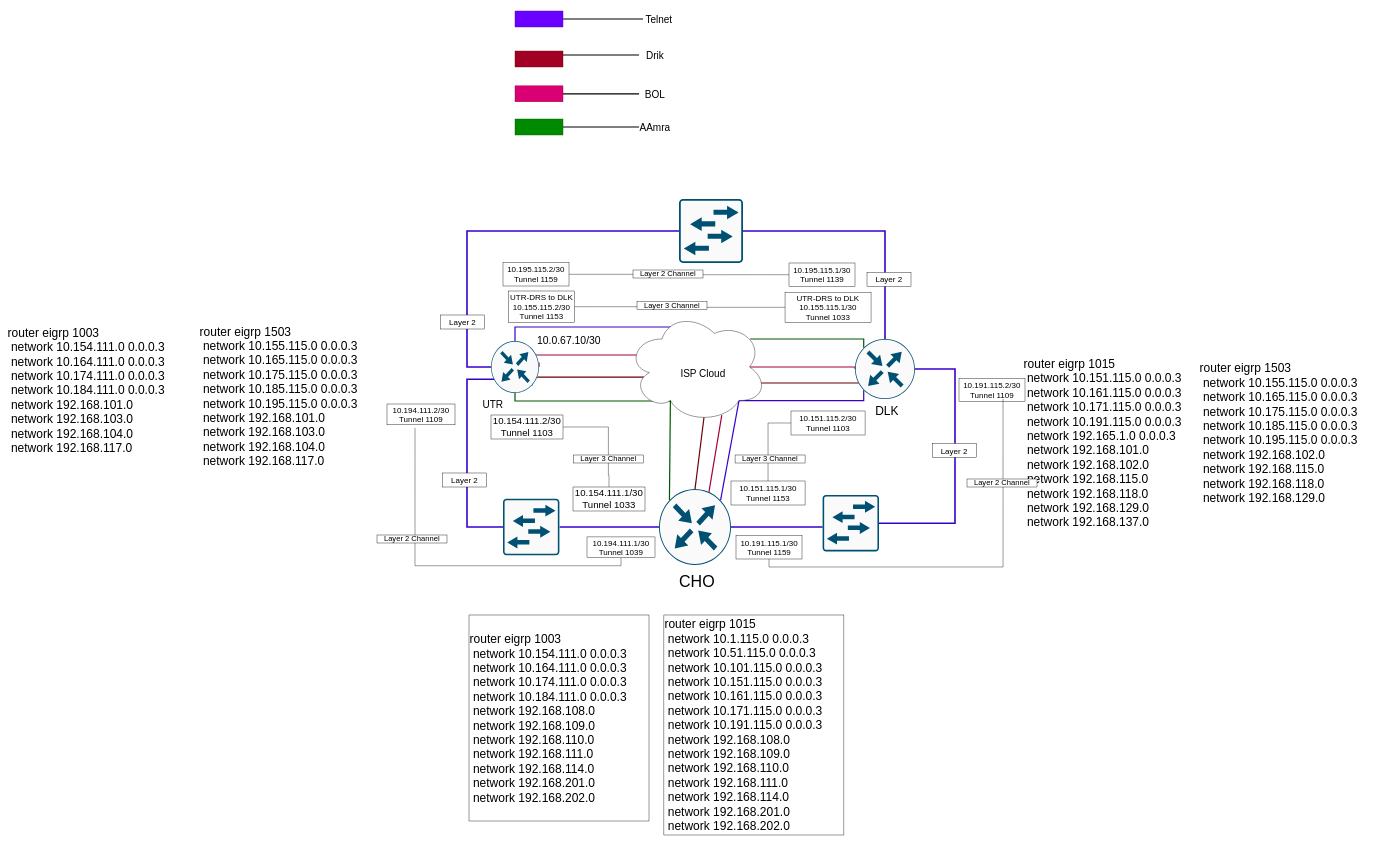
Earlier version of the draw.io diagram Topology.drawio (touhidece/prtg-addons). Source tidied: cells renumbered, new cells numbered last; positions are measured from the earlier drawing's top-left corner, leaving out a move shared by most shapes. Both pictures are drawn from the tidied source at 40%, with x=0, y=0 at pixel (7, 7).
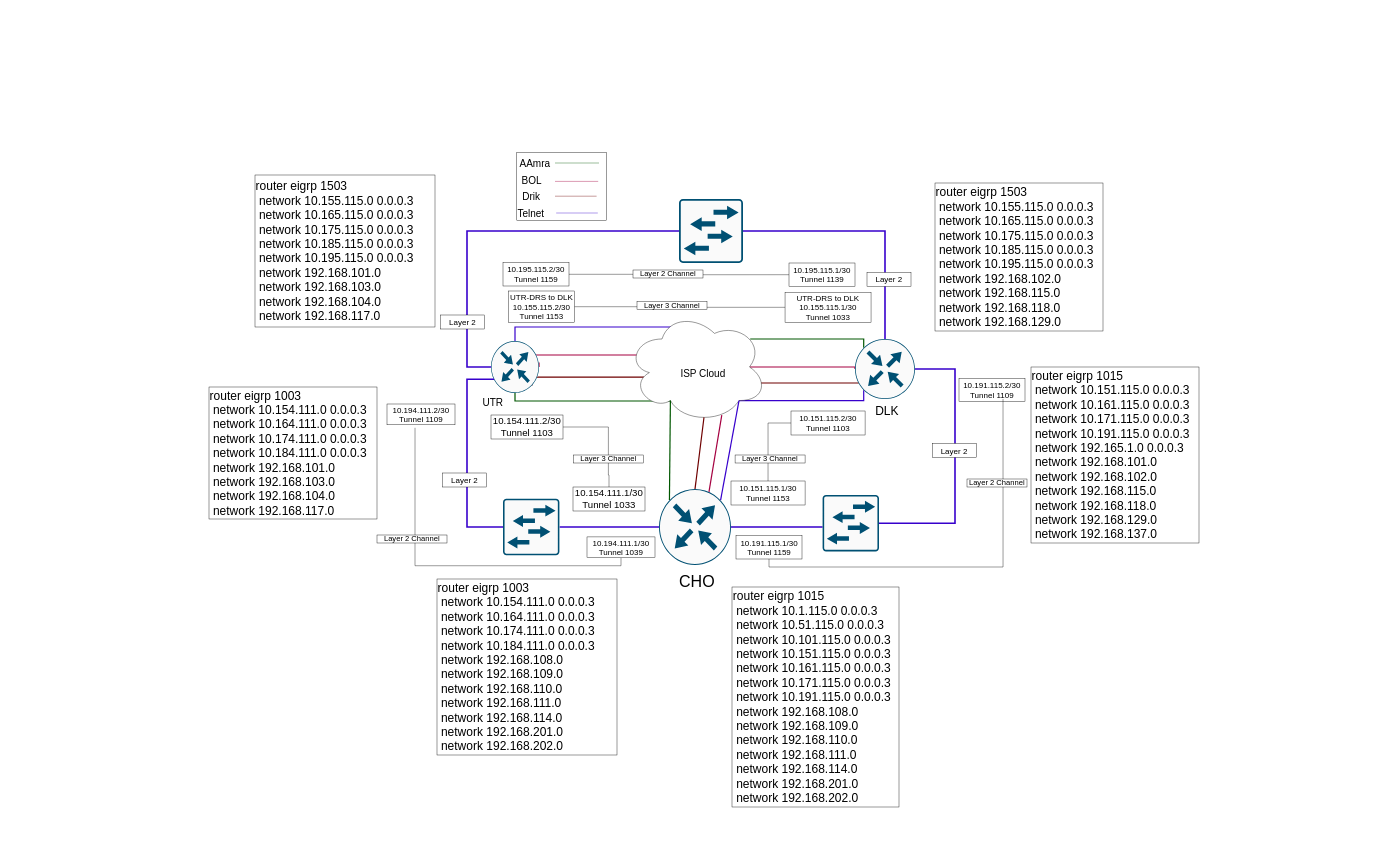
Above is the later version.

Diff of the diagram source:
```diff
@@
+    <mxCell id="79" style="rounded=0;whiteSpace=wrap;html=1;strokeColor=#000000;fillColor=#ffffff;fontSize=19;" parent="1" vertex="1">
+      <mxGeometry x="1274.5" y="364" width="223.5" height="170" as="geometry" />
+    </mxCell>
@@
     <mxCell id="30" value="&lt;font style=&quot;font-size: 25px&quot;&gt;UTR&lt;/font&gt;" style="text;html=1;strokeColor=none;fillColor=none;align=center;verticalAlign=middle;whiteSpace=wrap;rounded=0;" parent="1" vertex="1">
-      <mxGeometry x="1174.5" y="980" width="79.5" height="25" as="geometry" />
+      <mxGeometry x="1174.5" y="976" width="79.5" height="25" as="geometry" />
     </mxCell>
-    <mxCell id="31" style="edgeStyle=orthogonalEdgeStyle;rounded=0;jettySize=auto;html=1;exitX=1;exitY=0.5;exitDx=0;exitDy=0;entryX=0;entryY=0.5;entryDx=0;entryDy=0;endArrow=none;endFill=0;strokeWidth=3;" parent="1" edge="1" source="32" target="36">
-      <mxGeometry relative="1" as="geometry" />
-    </mxCell>
-    <mxCell id="32" style="rounded=0;whiteSpace=wrap;html=1;fillColor=#6a00ff;strokeColor=#3700CC;fontColor=#ffffff;" parent="1" vertex="1">
-      <mxGeometry x="1270" y="10" width="120" height="40" as="geometry" />
-    </mxCell>
-    <mxCell id="33" style="rounded=0;whiteSpace=wrap;html=1;fillColor=#d80073;strokeColor=#A50040;fontColor=#ffffff;" parent="1" vertex="1">
-      <mxGeometry x="1270" y="197" width="120" height="40" as="geometry" />
-    </mxCell>
-    <mxCell id="34" style="rounded=0;whiteSpace=wrap;html=1;fillColor=#008a00;strokeColor=#005700;fontColor=#ffffff;" parent="1" vertex="1">
-      <mxGeometry x="1270" y="280" width="120" height="40" as="geometry" />
-    </mxCell>
-    <mxCell id="35" style="rounded=0;whiteSpace=wrap;html=1;fillColor=#a20025;strokeColor=#6F0000;fontColor=#ffffff;" parent="1" vertex="1">
-      <mxGeometry x="1270" y="110" width="120" height="40" as="geometry" />
-    </mxCell>
     <mxCell id="36" value="&lt;font style=&quot;font-size: 25px&quot;&gt;Telnet&lt;/font&gt;" style="text;html=1;strokeColor=none;fillColor=none;align=center;verticalAlign=middle;whiteSpace=wrap;rounded=0;" parent="1" vertex="1">
-      <mxGeometry x="1590" width="80" height="60" as="geometry" />
+      <mxGeometry x="1270" y="486" width="80" height="60" as="geometry" />
     </mxCell>
-    <mxCell id="37" style="edgeStyle=orthogonalEdgeStyle;rounded=0;jettySize=auto;html=1;exitX=0;exitY=0.5;exitDx=0;exitDy=0;entryX=1;entryY=0.25;entryDx=0;entryDy=0;endArrow=none;endFill=0;strokeWidth=3;" parent="1" edge="1" source="38" target="35">
-      <mxGeometry relative="1" as="geometry" />
-    </mxCell>
+    <mxCell id="80" style="edgeStyle=orthogonalEdgeStyle;rounded=0;orthogonalLoop=1;jettySize=auto;html=1;endArrow=none;endFill=0;fontSize=19;strokeColor=#6F0000;" parent="1" edge="1">
+      <mxGeometry relative="1" as="geometry">
+        <mxPoint x="1370" y="473" as="sourcePoint" />
+        <mxPoint x="1474" y="473" as="targetPoint" />
+      </mxGeometry>
+    </mxCell>
     <mxCell id="38" value="&lt;font style=&quot;font-size: 25px&quot;&gt;Drik&lt;/font&gt;" style="text;html=1;strokeColor=none;fillColor=none;align=center;verticalAlign=middle;whiteSpace=wrap;rounded=0;" parent="1" vertex="1">
-      <mxGeometry x="1580" y="90" width="80" height="60" as="geometry" />
+      <mxGeometry x="1270.5" y="443" width="80" height="60" as="geometry" />
     </mxCell>
-    <mxCell id="39" style="edgeStyle=orthogonalEdgeStyle;rounded=0;jettySize=auto;html=1;exitX=0;exitY=0.5;exitDx=0;exitDy=0;entryX=1;entryY=0.5;entryDx=0;entryDy=0;endArrow=none;endFill=0;strokeWidth=3;" parent="1" edge="1" source="40" target="33">
-      <mxGeometry relative="1" as="geometry" />
-    </mxCell>
+    <mxCell id="81" style="edgeStyle=orthogonalEdgeStyle;rounded=0;orthogonalLoop=1;jettySize=auto;html=1;endArrow=none;endFill=0;fontSize=19;strokeColor=#A50040;endSize=6;" parent="1" edge="1">
+      <mxGeometry relative="1" as="geometry">
+        <mxPoint x="1370" y="436" as="sourcePoint" />
+        <mxPoint x="1478" y="436" as="targetPoint" />
+      </mxGeometry>
+    </mxCell>
     <mxCell id="40" value="&lt;font style=&quot;font-size: 25px&quot;&gt;BOL&lt;/font&gt;" style="text;html=1;strokeColor=none;fillColor=none;align=center;verticalAlign=middle;whiteSpace=wrap;rounded=0;" parent="1" vertex="1">
-      <mxGeometry x="1580" y="187" width="80" height="60" as="geometry" />
+      <mxGeometry x="1271.5" y="403" width="80" height="60" as="geometry" />
     </mxCell>
-    <mxCell id="41" style="edgeStyle=orthogonalEdgeStyle;rounded=0;jettySize=auto;html=1;entryX=1;entryY=0.5;entryDx=0;entryDy=0;endArrow=none;endFill=0;strokeWidth=3;" parent="1" edge="1" source="42" target="34">
-      <mxGeometry relative="1" as="geometry" />
-    </mxCell>
+    <mxCell id="82" style="edgeStyle=orthogonalEdgeStyle;rounded=0;jettySize=auto;html=1;endArrow=none;endFill=0;fontSize=19;strokeColor=#005700;endSize=6;" parent="1" edge="1" source="42">
+      <mxGeometry relative="1" as="geometry">
+        <mxPoint x="1480" y="390" as="targetPoint" />
+      </mxGeometry>
+    </mxCell>
     <mxCell id="42" value="&lt;font style=&quot;font-size: 25px&quot;&gt;AAmra&lt;/font&gt;" style="text;html=1;strokeColor=none;fillColor=none;align=center;verticalAlign=middle;whiteSpace=wrap;rounded=0;" parent="1" vertex="1">
-      <mxGeometry x="1580" y="270" width="80" height="60" as="geometry" />
+      <mxGeometry x="1270" y="360" width="100" height="60" as="geometry" />
     </mxCell>
-    <mxCell id="43" value="&lt;span style=&quot;font-size: 26px&quot;&gt;10.0.67.10/30&lt;/span&gt;" style="text;html=1;strokeColor=none;fillColor=none;align=center;verticalAlign=middle;whiteSpace=wrap;rounded=0;" parent="1" vertex="1">
-      <mxGeometry x="1319.5" y="810" width="170" height="50" as="geometry" />
-    </mxCell>
     <mxCell id="44" value="&lt;div style=&quot;font-size: 30px&quot;&gt;&lt;font style=&quot;font-size: 30px&quot;&gt;router eigrp 1003&lt;/font&gt;&lt;/div&gt;&lt;div style=&quot;font-size: 30px&quot;&gt;&lt;font style=&quot;font-size: 30px&quot;&gt;&amp;nbsp;network 10.154.111.0 0.0.0.3&lt;/font&gt;&lt;/div&gt;&lt;div style=&quot;font-size: 30px&quot;&gt;&lt;font style=&quot;font-size: 30px&quot;&gt;&amp;nbsp;network 10.164.111.0 0.0.0.3&lt;/font&gt;&lt;/div&gt;&lt;div style=&quot;font-size: 30px&quot;&gt;&lt;font style=&quot;font-size: 30px&quot;&gt;&amp;nbsp;network 10.174.111.0 0.0.0.3&lt;/font&gt;&lt;/div&gt;&lt;div style=&quot;font-size: 30px&quot;&gt;&lt;font style=&quot;font-size: 30px&quot;&gt;&amp;nbsp;network 10.184.111.0 0.0.0.3&lt;/font&gt;&lt;/div&gt;&lt;div style=&quot;font-size: 30px&quot;&gt;&lt;font style=&quot;font-size: 30px&quot;&gt;&amp;nbsp;network 192.168.108.0&lt;/font&gt;&lt;/div&gt;&lt;div style=&quot;font-size: 30px&quot;&gt;&lt;font style=&quot;font-size: 30px&quot;&gt;&amp;nbsp;network 192.168.109.0&lt;/font&gt;&lt;/div&gt;&lt;div style=&quot;font-size: 30px&quot;&gt;&lt;font style=&quot;font-size: 30px&quot;&gt;&amp;nbsp;network 192.168.110.0&lt;/font&gt;&lt;/div&gt;&lt;div style=&quot;font-size: 30px&quot;&gt;&lt;font style=&quot;font-size: 30px&quot;&gt;&amp;nbsp;network 192.168.111.0&lt;/font&gt;&lt;/div&gt;&lt;div style=&quot;font-size: 30px&quot;&gt;&lt;font style=&quot;font-size: 30px&quot;&gt;&amp;nbsp;network 192.168.114.0&lt;/font&gt;&lt;/div&gt;&lt;div style=&quot;font-size: 30px&quot;&gt;&lt;font style=&quot;font-size: 30px&quot;&gt;&amp;nbsp;network 192.168.201.0&lt;/font&gt;&lt;/div&gt;&lt;div style=&quot;font-size: 30px&quot;&gt;&lt;font style=&quot;font-size: 30px&quot;&gt;&amp;nbsp;network 192.168.202.0&lt;/font&gt;&lt;/div&gt;" style="text;html=1;fillColor=none;align=left;verticalAlign=middle;whiteSpace=wrap;rounded=0;strokeColor=#000000;" parent="1" vertex="1">
-      <mxGeometry x="1155" y="1520" width="450" height="515" as="geometry" />
+      <mxGeometry x="1075" y="1430" width="450" height="440" as="geometry" />
     </mxCell>
@@
     <mxCell id="61" value="&lt;div style=&quot;font-size: 30px&quot;&gt;&lt;div&gt;router eigrp 1015&lt;/div&gt;&lt;div&gt;&amp;nbsp;network 10.1.115.0 0.0.0.3&lt;/div&gt;&lt;div&gt;&amp;nbsp;network 10.51.115.0 0.0.0.3&lt;/div&gt;&lt;div&gt;&amp;nbsp;network 10.101.115.0 0.0.0.3&lt;/div&gt;&lt;div&gt;&amp;nbsp;network 10.151.115.0 0.0.0.3&lt;/div&gt;&lt;div&gt;&amp;nbsp;network 10.161.115.0 0.0.0.3&lt;/div&gt;&lt;div&gt;&amp;nbsp;network 10.171.115.0 0.0.0.3&lt;/div&gt;&lt;div&gt;&amp;nbsp;network 10.191.115.0 0.0.0.3&lt;/div&gt;&lt;div&gt;&amp;nbsp;network 192.168.108.0&lt;/div&gt;&lt;div&gt;&amp;nbsp;network 192.168.109.0&lt;/div&gt;&lt;div&gt;&amp;nbsp;network 192.168.110.0&lt;/div&gt;&lt;div&gt;&amp;nbsp;network 192.168.111.0&lt;/div&gt;&lt;div&gt;&amp;nbsp;network 192.168.114.0&lt;/div&gt;&lt;div&gt;&amp;nbsp;network 192.168.201.0&lt;/div&gt;&lt;div&gt;&amp;nbsp;network 192.168.202.0&lt;/div&gt;&lt;/div&gt;" style="text;html=1;fillColor=none;align=left;verticalAlign=middle;whiteSpace=wrap;rounded=0;strokeColor=#000000;" parent="1" vertex="1">
-      <mxGeometry x="1642.2" y="1520" width="450" height="550" as="geometry" />
+      <mxGeometry x="1812.5" y="1450" width="417.5" height="550" as="geometry" />
     </mxCell>
-    <mxCell id="62" value="&lt;div style=&quot;font-size: 30px&quot;&gt;&lt;div&gt;router eigrp 1015&lt;/div&gt;&lt;div&gt;&amp;nbsp;network 10.151.115.0 0.0.0.3&lt;/div&gt;&lt;div&gt;&amp;nbsp;network 10.161.115.0 0.0.0.3&lt;/div&gt;&lt;div&gt;&amp;nbsp;network 10.171.115.0 0.0.0.3&lt;/div&gt;&lt;div&gt;&amp;nbsp;network 10.191.115.0 0.0.0.3&lt;/div&gt;&lt;div&gt;&amp;nbsp;network 192.165.1.0 0.0.0.3&lt;/div&gt;&lt;div&gt;&amp;nbsp;network 192.168.101.0&lt;/div&gt;&lt;div&gt;&amp;nbsp;network 192.168.102.0&lt;/div&gt;&lt;div&gt;&amp;nbsp;network 192.168.115.0&lt;/div&gt;&lt;div&gt;&amp;nbsp;network 192.168.118.0&lt;/div&gt;&lt;div&gt;&amp;nbsp;network 192.168.129.0&lt;/div&gt;&lt;div&gt;&amp;nbsp;network 192.168.137.0&lt;/div&gt;&lt;/div&gt;" style="text;html=1;strokeColor=none;fillColor=none;align=left;verticalAlign=middle;whiteSpace=wrap;rounded=0;" parent="1" vertex="1">
-      <mxGeometry x="2540" y="850" width="450" height="480" as="geometry" />
+    <mxCell id="62" value="&lt;div style=&quot;font-size: 30px&quot;&gt;&lt;div&gt;router eigrp 1015&lt;/div&gt;&lt;div&gt;&amp;nbsp;network 10.151.115.0 0.0.0.3&lt;/div&gt;&lt;div&gt;&amp;nbsp;network 10.161.115.0 0.0.0.3&lt;/div&gt;&lt;div&gt;&amp;nbsp;network 10.171.115.0 0.0.0.3&lt;/div&gt;&lt;div&gt;&amp;nbsp;network 10.191.115.0 0.0.0.3&lt;/div&gt;&lt;div&gt;&amp;nbsp;network 192.165.1.0 0.0.0.3&lt;/div&gt;&lt;div&gt;&amp;nbsp;network 192.168.101.0&lt;/div&gt;&lt;div&gt;&amp;nbsp;network 192.168.102.0&lt;/div&gt;&lt;div&gt;&amp;nbsp;network 192.168.115.0&lt;/div&gt;&lt;div&gt;&amp;nbsp;network 192.168.118.0&lt;/div&gt;&lt;div&gt;&amp;nbsp;network 192.168.129.0&lt;/div&gt;&lt;div&gt;&amp;nbsp;network 192.168.137.0&lt;/div&gt;&lt;/div&gt;" style="text;html=1;fillColor=none;align=left;verticalAlign=middle;whiteSpace=wrap;rounded=0;strokeColor=#000000;" parent="1" vertex="1">
+      <mxGeometry x="2560" y="900" width="420" height="440" as="geometry" />
     </mxCell>
-    <mxCell id="63" value="&lt;div style=&quot;font-size: 30px&quot;&gt;&lt;div&gt;router eigrp 1503&lt;/div&gt;&lt;div&gt;&amp;nbsp;network 10.155.115.0 0.0.0.3&lt;/div&gt;&lt;div&gt;&amp;nbsp;network 10.165.115.0 0.0.0.3&lt;/div&gt;&lt;div&gt;&amp;nbsp;network 10.175.115.0 0.0.0.3&lt;/div&gt;&lt;div&gt;&amp;nbsp;network 10.185.115.0 0.0.0.3&lt;/div&gt;&lt;div&gt;&amp;nbsp;network 10.195.115.0 0.0.0.3&lt;/div&gt;&lt;div&gt;&amp;nbsp;network 192.168.102.0&lt;/div&gt;&lt;div&gt;&amp;nbsp;network 192.168.115.0&lt;/div&gt;&lt;div&gt;&amp;nbsp;network 192.168.118.0&lt;/div&gt;&lt;div&gt;&amp;nbsp;network 192.168.129.0&lt;/div&gt;&lt;/div&gt;" style="text;html=1;strokeColor=none;fillColor=none;align=left;verticalAlign=middle;whiteSpace=wrap;rounded=0;" parent="1" vertex="1">
-      <mxGeometry x="2980" y="860" width="450" height="410" as="geometry" />
+    <mxCell id="63" value="&lt;div style=&quot;font-size: 30px&quot;&gt;&lt;div&gt;router eigrp 1503&lt;/div&gt;&lt;div&gt;&amp;nbsp;network 10.155.115.0 0.0.0.3&lt;/div&gt;&lt;div&gt;&amp;nbsp;network 10.165.115.0 0.0.0.3&lt;/div&gt;&lt;div&gt;&amp;nbsp;network 10.175.115.0 0.0.0.3&lt;/div&gt;&lt;div&gt;&amp;nbsp;network 10.185.115.0 0.0.0.3&lt;/div&gt;&lt;div&gt;&amp;nbsp;network 10.195.115.0 0.0.0.3&lt;/div&gt;&lt;div&gt;&amp;nbsp;network 192.168.102.0&lt;/div&gt;&lt;div&gt;&amp;nbsp;network 192.168.115.0&lt;/div&gt;&lt;div&gt;&amp;nbsp;network 192.168.118.0&lt;/div&gt;&lt;div&gt;&amp;nbsp;network 192.168.129.0&lt;/div&gt;&lt;/div&gt;" style="text;html=1;fillColor=none;align=left;verticalAlign=middle;whiteSpace=wrap;rounded=0;strokeColor=#000000;" parent="1" vertex="1">
+      <mxGeometry x="2320" y="440" width="420" height="370" as="geometry" />
     </mxCell>
-    <mxCell id="64" value="&lt;div style=&quot;font-size: 30px&quot;&gt;&lt;div&gt;router eigrp 1503&lt;/div&gt;&lt;div&gt;&amp;nbsp;network 10.155.115.0 0.0.0.3&lt;/div&gt;&lt;div&gt;&amp;nbsp;network 10.165.115.0 0.0.0.3&lt;/div&gt;&lt;div&gt;&amp;nbsp;network 10.175.115.0 0.0.0.3&lt;/div&gt;&lt;div&gt;&amp;nbsp;network 10.185.115.0 0.0.0.3&lt;/div&gt;&lt;div&gt;&amp;nbsp;network 10.195.115.0 0.0.0.3&lt;/div&gt;&lt;div&gt;&amp;nbsp;network 192.168.101.0&lt;/div&gt;&lt;div&gt;&amp;nbsp;network 192.168.103.0&lt;/div&gt;&lt;div&gt;&amp;nbsp;network 192.168.104.0&lt;/div&gt;&lt;div&gt;&amp;nbsp;network 192.168.117.0&lt;/div&gt;&lt;/div&gt;" style="text;html=1;strokeColor=none;fillColor=none;align=left;verticalAlign=middle;whiteSpace=wrap;rounded=0;" parent="1" vertex="1">
-      <mxGeometry x="480" y="745" width="450" height="455" as="geometry" />
+    <mxCell id="64" value="&lt;div style=&quot;font-size: 30px&quot;&gt;&lt;div&gt;router eigrp 1503&lt;/div&gt;&lt;div&gt;&amp;nbsp;network 10.155.115.0 0.0.0.3&lt;/div&gt;&lt;div&gt;&amp;nbsp;network 10.165.115.0 0.0.0.3&lt;/div&gt;&lt;div&gt;&amp;nbsp;network 10.175.115.0 0.0.0.3&lt;/div&gt;&lt;div&gt;&amp;nbsp;network 10.185.115.0 0.0.0.3&lt;/div&gt;&lt;div&gt;&amp;nbsp;network 10.195.115.0 0.0.0.3&lt;/div&gt;&lt;div&gt;&amp;nbsp;network 192.168.101.0&lt;/div&gt;&lt;div&gt;&amp;nbsp;network 192.168.103.0&lt;/div&gt;&lt;div&gt;&amp;nbsp;network 192.168.104.0&lt;/div&gt;&lt;div&gt;&amp;nbsp;network 192.168.117.0&lt;/div&gt;&lt;/div&gt;" style="text;html=1;fillColor=none;align=left;verticalAlign=middle;whiteSpace=wrap;rounded=0;strokeColor=#000000;" parent="1" vertex="1">
+      <mxGeometry x="620" y="420" width="450" height="380" as="geometry" />
     </mxCell>
-    <mxCell id="65" value="&lt;div style=&quot;font-size: 30px&quot;&gt;&lt;div&gt;router eigrp 1003&lt;/div&gt;&lt;div&gt;&amp;nbsp;network 10.154.111.0 0.0.0.3&lt;/div&gt;&lt;div&gt;&amp;nbsp;network 10.164.111.0 0.0.0.3&lt;/div&gt;&lt;div&gt;&amp;nbsp;network 10.174.111.0 0.0.0.3&lt;/div&gt;&lt;div&gt;&amp;nbsp;network 10.184.111.0 0.0.0.3&lt;/div&gt;&lt;div&gt;&amp;nbsp;network 192.168.101.0&lt;/div&gt;&lt;div&gt;&amp;nbsp;network 192.168.103.0&lt;/div&gt;&lt;div&gt;&amp;nbsp;network 192.168.104.0&lt;/div&gt;&lt;div&gt;&amp;nbsp;network 192.168.117.0&lt;/div&gt;&lt;/div&gt;" style="text;html=1;strokeColor=none;fillColor=none;align=left;verticalAlign=middle;whiteSpace=wrap;rounded=0;" parent="1" vertex="1">
-      <mxGeometry y="730" width="450" height="455" as="geometry" />
+    <mxCell id="65" value="&lt;div style=&quot;font-size: 30px&quot;&gt;&lt;div&gt;router eigrp 1003&lt;/div&gt;&lt;div&gt;&amp;nbsp;network 10.154.111.0 0.0.0.3&lt;/div&gt;&lt;div&gt;&amp;nbsp;network 10.164.111.0 0.0.0.3&lt;/div&gt;&lt;div&gt;&amp;nbsp;network 10.174.111.0 0.0.0.3&lt;/div&gt;&lt;div&gt;&amp;nbsp;network 10.184.111.0 0.0.0.3&lt;/div&gt;&lt;div&gt;&amp;nbsp;network 192.168.101.0&lt;/div&gt;&lt;div&gt;&amp;nbsp;network 192.168.103.0&lt;/div&gt;&lt;div&gt;&amp;nbsp;network 192.168.104.0&lt;/div&gt;&lt;div&gt;&amp;nbsp;network 192.168.117.0&lt;/div&gt;&lt;/div&gt;" style="text;html=1;fillColor=none;align=left;verticalAlign=middle;whiteSpace=wrap;rounded=0;strokeColor=#000000;" parent="1" vertex="1">
+      <mxGeometry x="505" y="950" width="420" height="330" as="geometry" />
     </mxCell>
@@
     <mxCell id="70" value="Layer 2 Channel" style="text;html=1;align=center;verticalAlign=middle;whiteSpace=wrap;rounded=0;fontSize=19;strokeColor=#000000;fillColor=#ffffff;" parent="1" vertex="1">
-      <mxGeometry x="2400" y="1180" width="175" height="20" as="geometry" />
+      <mxGeometry x="2400" y="1180" width="150" height="20" as="geometry" />
     </mxCell>
@@
+    <mxCell id="83" style="edgeStyle=orthogonalEdgeStyle;rounded=0;orthogonalLoop=1;jettySize=auto;html=1;endArrow=none;endFill=0;fontSize=19;strokeColor=#3700CC;" parent="1" edge="1">
+      <mxGeometry relative="1" as="geometry">
+        <mxPoint x="1373" y="515" as="sourcePoint" />
+        <mxPoint x="1477" y="515" as="targetPoint" />
+      </mxGeometry>
+    </mxCell>
```
